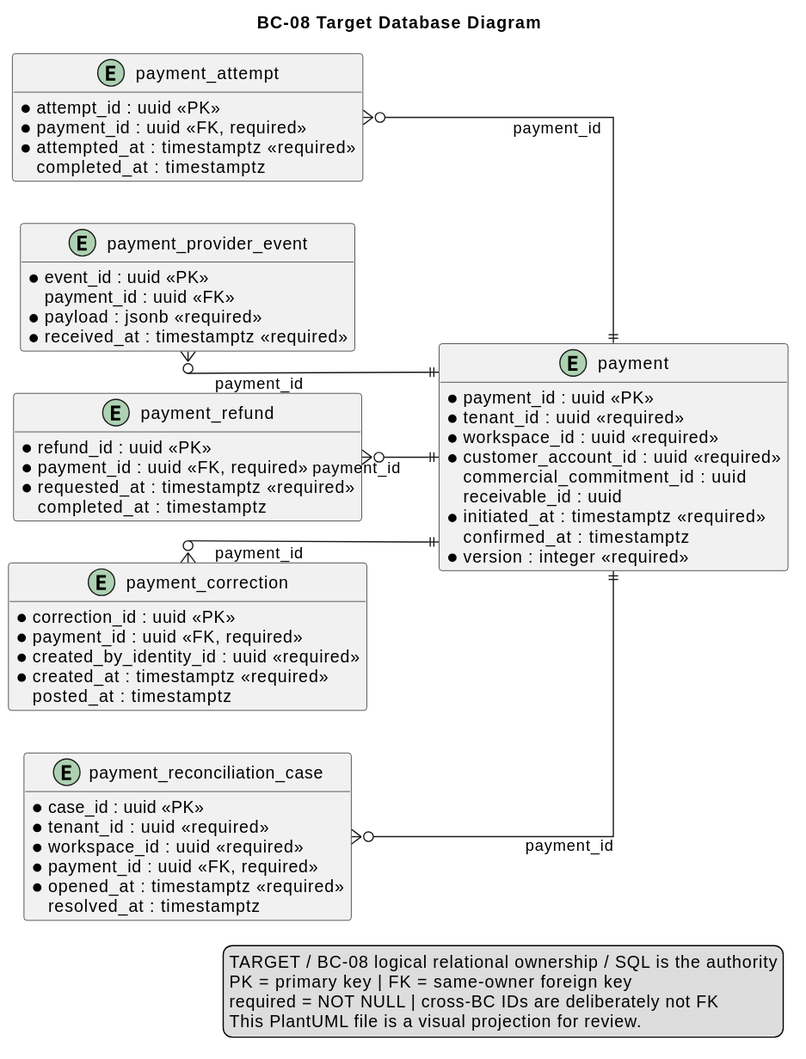
Before: report/assets/chapter-2/tactical/BC-08/database-diagram.svg, a diagram exported from PlantUML (nexa-suite/mobile-report). Its diagram source:
```plantuml
@startuml
title BC-08 Target Database Diagram
left to right direction
hide methods
skinparam shadowing false
skinparam linetype ortho
skinparam entity {
  BackgroundColor #F8FAFC
  BorderColor #334155
  FontColor #0F172A
}

entity "payment" as t_payment {
  * payment_id : uuid <<PK>>
  * tenant_id : uuid <<required>>
  * workspace_id : uuid <<required>>
  * customer_account_id : uuid <<required>>
    commercial_commitment_id : uuid
    receivable_id : uuid
  * amount : numeric(19,4) <<required>>
  * currency : char(3) <<required>>
  * method : varchar(32) <<required>>
  * status : varchar(32) <<required>>
  * initiated_at : timestamptz <<required>>
    confirmed_at : timestamptz
  * version : integer <<required>>
}

entity "payment_attempt" as t_payment_attempt {
  * attempt_id : uuid <<PK>>
  * payment_id : uuid <<FK, required>>
  * provider_code : varchar(80) <<required>>
    provider_reference : varchar(200)
  * status : varchar(32) <<required>>
  * attempted_at : timestamptz <<required>>
    completed_at : timestamptz
}

entity "payment_provider_event" as t_payment_provider_event {
  * event_id : uuid <<PK>>
    payment_id : uuid <<FK>>
  * provider_code : varchar(80) <<required>>
  * provider_event_id : varchar(240) <<required>>
  * event_type : varchar(120) <<required>>
  * payload : jsonb <<required>>
  * payload_hash : varchar(128) <<required>>
  * received_at : timestamptz <<required>>
}

entity "payment_refund" as t_payment_refund {
  * refund_id : uuid <<PK>>
  * payment_id : uuid <<FK, required>>
  * amount : numeric(19,4) <<required>>
  * currency : char(3) <<required>>
  * status : varchar(32) <<required>>
  * reason : varchar(500) <<required>>
  * requested_at : timestamptz <<required>>
    completed_at : timestamptz
}

entity "payment_correction" as t_payment_correction {
  * correction_id : uuid <<PK>>
  * payment_id : uuid <<FK, required>>
  * amount_delta : numeric(19,4) <<required>>
  * reason : varchar(500) <<required>>
  * status : varchar(32) <<required>>
  * created_by_identity_id : uuid <<required>>
  * created_at : timestamptz <<required>>
    posted_at : timestamptz
}

entity "payment_reconciliation_case" as t_payment_reconciliation_case {
  * case_id : uuid <<PK>>
  * tenant_id : uuid <<required>>
  * workspace_id : uuid <<required>>
  * payment_id : uuid <<FK, required>>
  * reason : varchar(500) <<required>>
  * status : varchar(32) <<required>>
  * opened_at : timestamptz <<required>>
    resolved_at : timestamptz
}

t_payment_attempt }o--|| t_payment : payment_id
t_payment_provider_event }o--|| t_payment : payment_id
t_payment_refund }o--|| t_payment : payment_id
t_payment_correction }o--|| t_payment : payment_id
t_payment_reconciliation_case }o--|| t_payment : payment_id

legend right
TARGET / BC-08 logical relational ownership / SQL is the authority
PK = primary key | FK = same-owner foreign key
required = NOT NULL | cross-BC IDs are deliberately not FK
This PlantUML file is a visual projection for review.
endlegend
@enduml
```
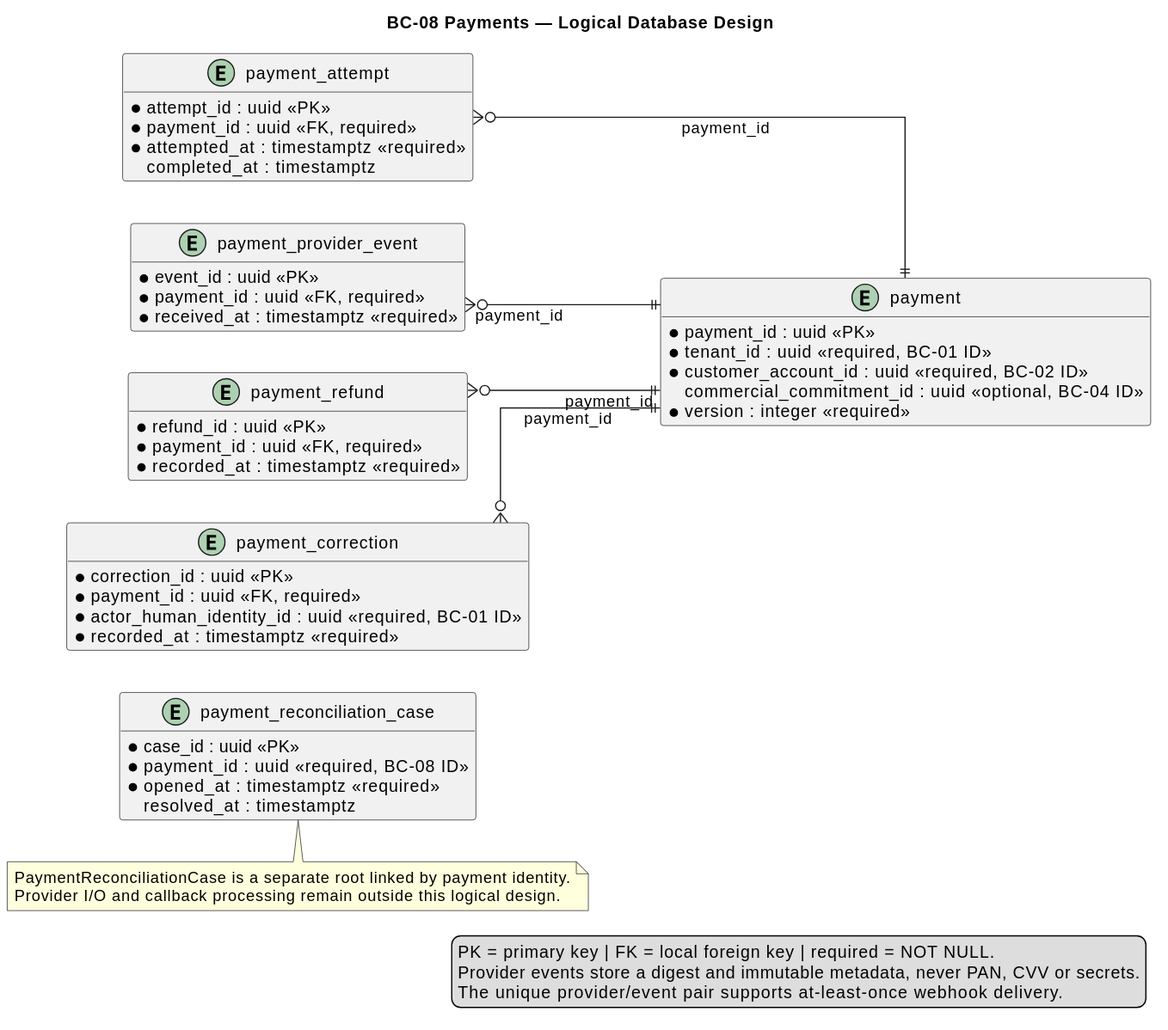
The same file after the commit.

Diff of the diagram source:
```diff
@@ -1,5 +1,5 @@
 @startuml
-title BC-08 Target Database Diagram
+title BC-08 Payments — Logical Database Design
 left to right direction
 hide methods
 skinparam shadowing false
@@ -10,23 +10,19 @@
   FontColor #0F172A
 }
 
-entity "payment" as t_payment {
+entity "payment" as payment {
   * payment_id : uuid <<PK>>
-  * tenant_id : uuid <<required>>
-  * workspace_id : uuid <<required>>
-  * customer_account_id : uuid <<required>>
-    commercial_commitment_id : uuid
-    receivable_id : uuid
+  * tenant_id : uuid <<required, BC-01 ID>>
+  * customer_account_id : uuid <<required, BC-02 ID>>
+    commercial_commitment_id : uuid <<optional, BC-04 ID>>
   * amount : numeric(19,4) <<required>>
   * currency : char(3) <<required>>
-  * method : varchar(32) <<required>>
+  * method_reference : varchar(200) <<required>>
   * status : varchar(32) <<required>>
-  * initiated_at : timestamptz <<required>>
-    confirmed_at : timestamptz
   * version : integer <<required>>
 }
 
-entity "payment_attempt" as t_payment_attempt {
+entity "payment_attempt" as payment_attempt {
   * attempt_id : uuid <<PK>>
   * payment_id : uuid <<FK, required>>
   * provider_code : varchar(80) <<required>>
@@ -36,60 +32,57 @@
     completed_at : timestamptz
 }
 
-entity "payment_provider_event" as t_payment_provider_event {
+entity "payment_provider_event" as payment_provider_event {
   * event_id : uuid <<PK>>
-    payment_id : uuid <<FK>>
+  * payment_id : uuid <<FK, required>>
   * provider_code : varchar(80) <<required>>
   * provider_event_id : varchar(240) <<required>>
   * event_type : varchar(120) <<required>>
-  * payload : jsonb <<required>>
-  * payload_hash : varchar(128) <<required>>
+  * payload_digest : varchar(128) <<required>>
   * received_at : timestamptz <<required>>
+    unique(provider_code, provider_event_id)
 }
 
-entity "payment_refund" as t_payment_refund {
+entity "payment_refund" as payment_refund {
   * refund_id : uuid <<PK>>
   * payment_id : uuid <<FK, required>>
   * amount : numeric(19,4) <<required>>
   * currency : char(3) <<required>>
-  * status : varchar(32) <<required>>
   * reason : varchar(500) <<required>>
-  * requested_at : timestamptz <<required>>
-    completed_at : timestamptz
+  * recorded_at : timestamptz <<required>>
 }
 
-entity "payment_correction" as t_payment_correction {
+entity "payment_correction" as payment_correction {
   * correction_id : uuid <<PK>>
   * payment_id : uuid <<FK, required>>
   * amount_delta : numeric(19,4) <<required>>
   * reason : varchar(500) <<required>>
-  * status : varchar(32) <<required>>
-  * created_by_identity_id : uuid <<required>>
-  * created_at : timestamptz <<required>>
-    posted_at : timestamptz
+  * actor_human_identity_id : uuid <<required, BC-01 ID>>
+  * recorded_at : timestamptz <<required>>
 }
 
-entity "payment_reconciliation_case" as t_payment_reconciliation_case {
+entity "payment_reconciliation_case" as payment_reconciliation_case {
   * case_id : uuid <<PK>>
-  * tenant_id : uuid <<required>>
-  * workspace_id : uuid <<required>>
-  * payment_id : uuid <<FK, required>>
+  * payment_id : uuid <<required, BC-08 ID>>
   * reason : varchar(500) <<required>>
   * status : varchar(32) <<required>>
   * opened_at : timestamptz <<required>>
     resolved_at : timestamptz
 }
 
-t_payment_attempt }o--|| t_payment : payment_id
-t_payment_provider_event }o--|| t_payment : payment_id
-t_payment_refund }o--|| t_payment : payment_id
-t_payment_correction }o--|| t_payment : payment_id
-t_payment_reconciliation_case }o--|| t_payment : payment_id
+payment_attempt }o--|| payment : payment_id
+payment_provider_event }o--|| payment : payment_id
+payment_refund }o--|| payment : payment_id
+payment_correction }o--|| payment : payment_id
+
+note bottom of payment_reconciliation_case
+PaymentReconciliationCase is a separate root linked by payment identity.
+Provider I/O and callback processing remain outside this logical design.
+end note
 
 legend right
-TARGET / BC-08 logical relational ownership / SQL is the authority
-PK = primary key | FK = same-owner foreign key
-required = NOT NULL | cross-BC IDs are deliberately not FK
-This PlantUML file is a visual projection for review.
+PK = primary key | FK = local foreign key | required = NOT NULL.
+Provider events store a digest and immutable metadata, never PAN, CVV or secrets.
+The unique provider/event pair supports at-least-once webhook delivery.
 endlegend
 @enduml
```
